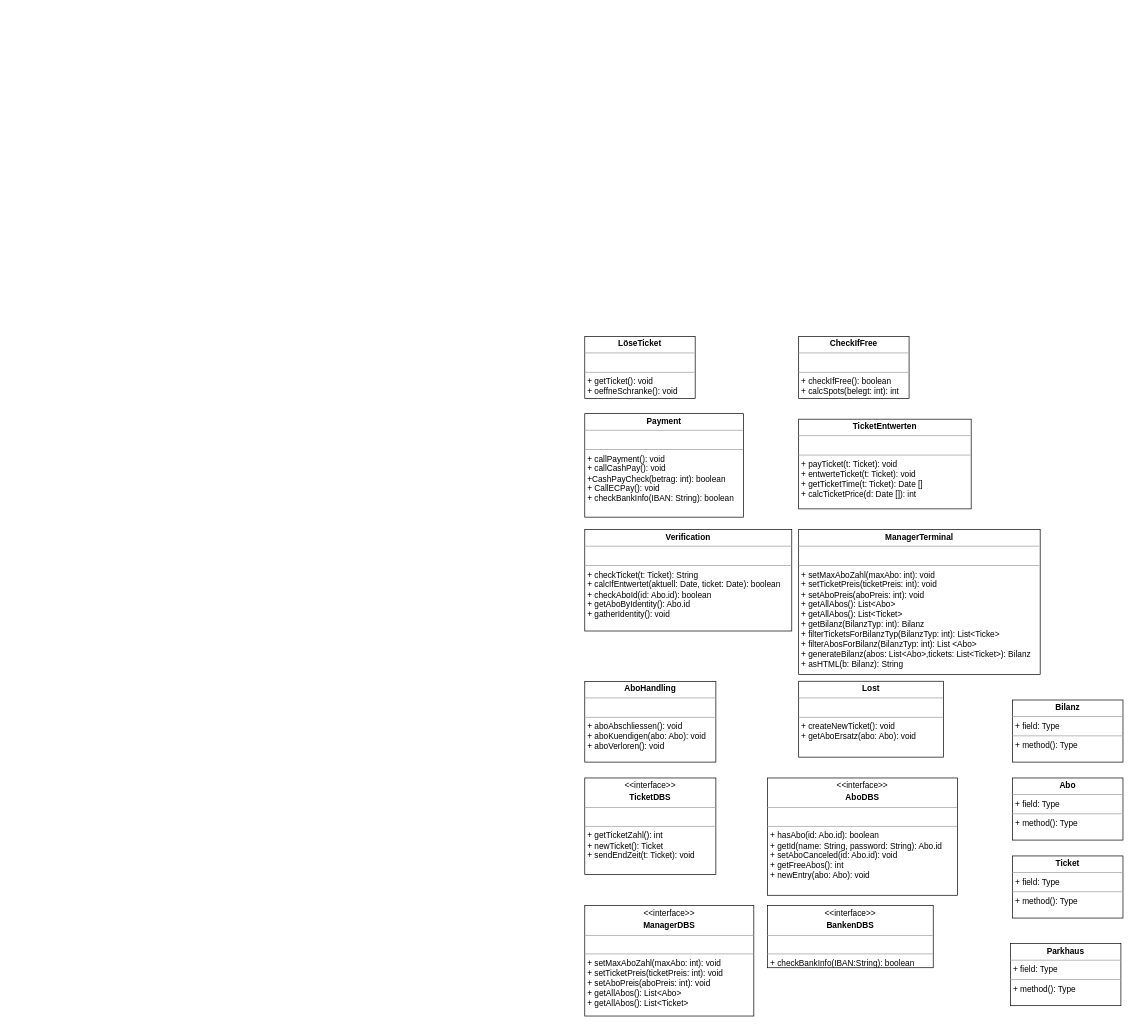
Before: modelling/Class_Diagramm/KlassenDiagramm.drawio in Filsball/LaHMa_Carpark, a draw.io diagram. Source tidied: cells renumbered, new cells numbered last; positions are measured from the earlier drawing's top-left corner, leaving out a move shared by most shapes. Both pictures are drawn from the tidied source at 69%, with x=0, y=0 at pixel (584, 336).
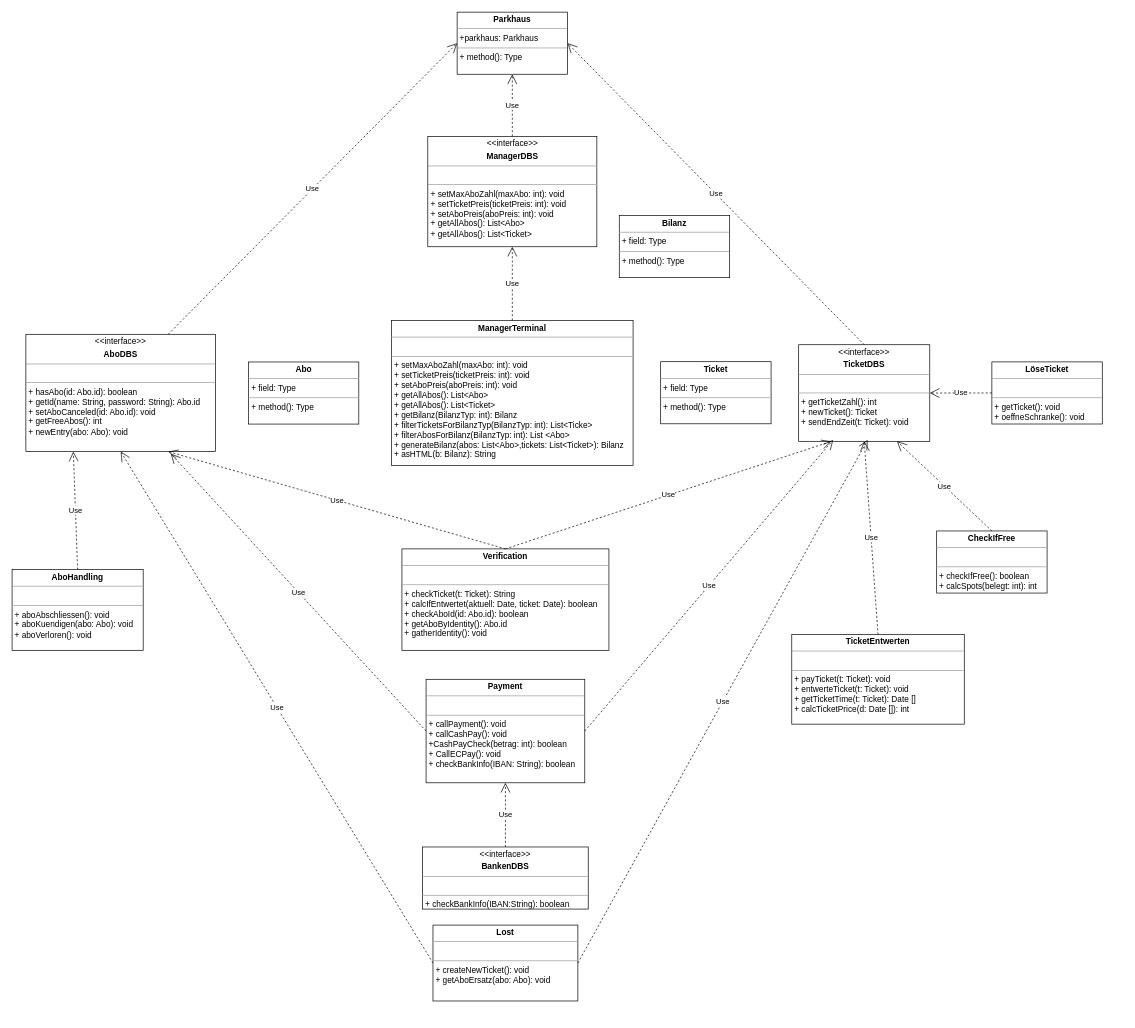
Above is the later version.

The edit, as a diff of the source:
```diff
@@
     <mxCell id="2" value="&lt;p style=&quot;margin: 0px ; margin-top: 4px ; text-align: center&quot;&gt;&lt;b&gt;LöseTicket&lt;/b&gt;&lt;/p&gt;&lt;hr size=&quot;1&quot;&gt;&lt;p style=&quot;margin: 0px ; margin-left: 4px&quot;&gt;&lt;br&gt;&lt;/p&gt;&lt;hr size=&quot;1&quot;&gt;&lt;p style=&quot;margin: 0px ; margin-left: 4px&quot;&gt;+ getTicket(): void&lt;/p&gt;&lt;p style=&quot;margin: 0px ; margin-left: 4px&quot;&gt;+ oeffneSchranke(): void&lt;/p&gt;" style="verticalAlign=top;align=left;overflow=fill;fontSize=12;fontFamily=Helvetica;html=1;" parent="1" vertex="1">
-      <mxGeometry width="160" height="90" as="geometry" />
+      <mxGeometry x="590" y="37" width="160" height="90" as="geometry" />
     </mxCell>
     <mxCell id="3" value="&lt;p style=&quot;margin: 0px ; margin-top: 4px ; text-align: center&quot;&gt;&lt;b&gt;CheckIfFree&lt;/b&gt;&lt;/p&gt;&lt;hr size=&quot;1&quot;&gt;&lt;p style=&quot;margin: 0px ; margin-left: 4px&quot;&gt;&lt;br&gt;&lt;/p&gt;&lt;hr size=&quot;1&quot;&gt;&lt;p style=&quot;margin: 0px ; margin-left: 4px&quot;&gt;+ checkIfFree(): boolean&amp;nbsp;&lt;/p&gt;&lt;p style=&quot;margin: 0px ; margin-left: 4px&quot;&gt;+ calcSpots(belegt: int): int&amp;nbsp;&lt;/p&gt;&lt;p style=&quot;margin: 0px ; margin-left: 4px&quot;&gt;&lt;br&gt;&lt;/p&gt;" style="verticalAlign=top;align=left;overflow=fill;fontSize=12;fontFamily=Helvetica;html=1;" parent="1" vertex="1">
-      <mxGeometry x="310" width="160" height="90" as="geometry" />
+      <mxGeometry x="510" y="282" width="160" height="90" as="geometry" />
     </mxCell>
     <mxCell id="4" value="&lt;p style=&quot;margin: 0px ; margin-top: 4px ; text-align: center&quot;&gt;&lt;b&gt;Payment&lt;/b&gt;&lt;/p&gt;&lt;hr size=&quot;1&quot;&gt;&lt;p style=&quot;margin: 0px ; margin-left: 4px&quot;&gt;&lt;br&gt;&lt;/p&gt;&lt;hr size=&quot;1&quot;&gt;&lt;p style=&quot;margin: 0px ; margin-left: 4px&quot;&gt;+ callPayment(): void&lt;/p&gt;&lt;p style=&quot;margin: 0px ; margin-left: 4px&quot;&gt;+ callCashPay(): void&lt;/p&gt;&lt;p style=&quot;margin: 0px ; margin-left: 4px&quot;&gt;+CashPayCheck(betrag: int): boolean&amp;nbsp;&lt;/p&gt;&lt;p style=&quot;margin: 0px ; margin-left: 4px&quot;&gt;+ CallECPay(): void&lt;/p&gt;&lt;p style=&quot;margin: 0px ; margin-left: 4px&quot;&gt;+ checkBankInfo(IBAN: String): boolean&amp;nbsp;&lt;/p&gt;&lt;p style=&quot;margin: 0px ; margin-left: 4px&quot;&gt;&lt;br&gt;&lt;/p&gt;" style="verticalAlign=top;align=left;overflow=fill;fontSize=12;fontFamily=Helvetica;html=1;" parent="1" vertex="1">
-      <mxGeometry y="112" width="230" height="150" as="geometry" />
+      <mxGeometry x="-230" y="497" width="230" height="150" as="geometry" />
     </mxCell>
     <mxCell id="5" value="&lt;p style=&quot;margin: 0px ; margin-top: 4px ; text-align: center&quot;&gt;&lt;b&gt;Verification&lt;/b&gt;&lt;/p&gt;&lt;hr size=&quot;1&quot;&gt;&lt;p style=&quot;margin: 0px ; margin-left: 4px&quot;&gt;&lt;br&gt;&lt;/p&gt;&lt;hr size=&quot;1&quot;&gt;&lt;p style=&quot;margin: 0px ; margin-left: 4px&quot;&gt;+ checkTicket(t: Ticket): String&amp;nbsp;&lt;/p&gt;&lt;p style=&quot;margin: 0px ; margin-left: 4px&quot;&gt;+ calcIfEntwertet(aktuell: Date, ticket: Date): boolean&lt;/p&gt;&lt;p style=&quot;margin: 0px ; margin-left: 4px&quot;&gt;+ checkAboId(id: Abo.id): boolean&lt;/p&gt;&lt;p style=&quot;margin: 0px ; margin-left: 4px&quot;&gt;+ getAboByIdentity(): Abo.id&amp;nbsp;&lt;/p&gt;&lt;p style=&quot;margin: 0px ; margin-left: 4px&quot;&gt;+ gatherIdentity(): void&lt;/p&gt;" style="verticalAlign=top;align=left;overflow=fill;fontSize=12;fontFamily=Helvetica;html=1;" parent="1" vertex="1">
-      <mxGeometry y="280" width="300" height="147" as="geometry" />
+      <mxGeometry x="-265" y="308" width="300" height="147" as="geometry" />
     </mxCell>
     <mxCell id="6" value="&lt;p style=&quot;margin: 0px ; margin-top: 4px ; text-align: center&quot;&gt;&lt;b&gt;AboHandling&lt;/b&gt;&lt;/p&gt;&lt;hr size=&quot;1&quot;&gt;&lt;p style=&quot;margin: 0px ; margin-left: 4px&quot;&gt;&lt;br&gt;&lt;/p&gt;&lt;hr size=&quot;1&quot;&gt;&lt;p style=&quot;margin: 0px ; margin-left: 4px&quot;&gt;+ aboAbschliessen(): void&lt;/p&gt;&lt;p style=&quot;margin: 0px ; margin-left: 4px&quot;&gt;+ aboKuendigen(abo: Abo): void&lt;/p&gt;&lt;p style=&quot;margin: 0px ; margin-left: 4px&quot;&gt;+ aboVerloren(): void&lt;/p&gt;&lt;p style=&quot;margin: 0px ; margin-left: 4px&quot;&gt;&lt;br&gt;&lt;/p&gt;" style="verticalAlign=top;align=left;overflow=fill;fontSize=12;fontFamily=Helvetica;html=1;" parent="1" vertex="1">
-      <mxGeometry y="500" width="190" height="117" as="geometry" />
+      <mxGeometry x="-830" y="338" width="190" height="117" as="geometry" />
     </mxCell>
     <mxCell id="7" value="&lt;p style=&quot;margin: 0px ; margin-top: 4px ; text-align: center&quot;&gt;&lt;b&gt;TicketEntwerten&lt;/b&gt;&lt;/p&gt;&lt;hr size=&quot;1&quot;&gt;&lt;p style=&quot;margin: 0px ; margin-left: 4px&quot;&gt;&lt;br&gt;&lt;/p&gt;&lt;hr size=&quot;1&quot;&gt;&lt;p style=&quot;margin: 0px ; margin-left: 4px&quot;&gt;+ payTicket(t: Ticket): void&lt;/p&gt;&lt;p style=&quot;margin: 0px ; margin-left: 4px&quot;&gt;+ entwerteTicket(t: Ticket): void&lt;/p&gt;&lt;p style=&quot;margin: 0px ; margin-left: 4px&quot;&gt;+ getTicketTime(t: Ticket): Date []&lt;/p&gt;&lt;p style=&quot;margin: 0px ; margin-left: 4px&quot;&gt;+ calcTicketPrice(d: Date []): int&lt;/p&gt;" style="verticalAlign=top;align=left;overflow=fill;fontSize=12;fontFamily=Helvetica;html=1;" parent="1" vertex="1">
-      <mxGeometry x="310" y="120" width="250" height="130" as="geometry" />
+      <mxGeometry x="300" y="432" width="250" height="130" as="geometry" />
     </mxCell>
     <mxCell id="8" value="&lt;p style=&quot;margin: 0px ; margin-top: 4px ; text-align: center&quot;&gt;&lt;b&gt;ManagerTerminal&lt;/b&gt;&lt;/p&gt;&lt;hr size=&quot;1&quot;&gt;&lt;p style=&quot;margin: 0px ; margin-left: 4px&quot;&gt;&lt;br&gt;&lt;/p&gt;&lt;hr size=&quot;1&quot;&gt;&lt;p style=&quot;margin: 0px ; margin-left: 4px&quot;&gt;+ setMaxAboZahl(maxAbo: int): void&lt;/p&gt;&lt;p style=&quot;margin: 0px ; margin-left: 4px&quot;&gt;+ setTicketPreis(ticketPreis: int): void&lt;/p&gt;&lt;p style=&quot;margin: 0px ; margin-left: 4px&quot;&gt;&lt;span&gt;+ setAboPreis(aboPreis: int): void&lt;/span&gt;&lt;/p&gt;&lt;p style=&quot;margin: 0px ; margin-left: 4px&quot;&gt;&lt;span&gt;+ getAllAbos(): List&amp;lt;Abo&amp;gt;&lt;/span&gt;&lt;/p&gt;&lt;p style=&quot;margin: 0px ; margin-left: 4px&quot;&gt;&lt;span&gt;+ getAllAbos(): List&amp;lt;Ticket&amp;gt;&lt;/span&gt;&lt;/p&gt;&lt;p style=&quot;margin: 0px ; margin-left: 4px&quot;&gt;&lt;span&gt;+ getBilanz(BilanzTyp: int): Bilanz&lt;/span&gt;&lt;/p&gt;&lt;p style=&quot;margin: 0px ; margin-left: 4px&quot;&gt;&lt;span&gt;+ filterTicketsForBilanzTyp(BilanzTyp: int): List&amp;lt;Ticke&amp;gt;&lt;/span&gt;&lt;/p&gt;&lt;p style=&quot;margin: 0px ; margin-left: 4px&quot;&gt;&lt;span&gt;+ filterAbosForBilanz(BilanzTyp: int): List &amp;lt;Abo&amp;gt;&lt;/span&gt;&lt;/p&gt;&lt;p style=&quot;margin: 0px ; margin-left: 4px&quot;&gt;&lt;span&gt;+ generateBilanz(abos: List&amp;lt;Abo&amp;gt;,tickets: List&amp;lt;Ticket&amp;gt;): Bilanz&lt;/span&gt;&lt;/p&gt;&lt;p style=&quot;margin: 0px ; margin-left: 4px&quot;&gt;&lt;span&gt;+ asHTML(b: Bilanz): String&lt;/span&gt;&lt;/p&gt;&lt;p&gt;&lt;br&gt;&lt;/p&gt;" style="verticalAlign=top;align=left;overflow=fill;fontSize=12;fontFamily=Helvetica;html=1;" parent="1" vertex="1">
-      <mxGeometry x="310" y="280" width="350" height="210" as="geometry" />
+      <mxGeometry x="-280" y="-23.1" width="350" height="210" as="geometry" />
     </mxCell>
     <mxCell id="9" value="&lt;p style=&quot;margin: 0px ; margin-top: 4px ; text-align: center&quot;&gt;&lt;b&gt;Lost&lt;/b&gt;&lt;/p&gt;&lt;hr size=&quot;1&quot;&gt;&lt;p style=&quot;margin: 0px ; margin-left: 4px&quot;&gt;&lt;br&gt;&lt;/p&gt;&lt;hr size=&quot;1&quot;&gt;&lt;p style=&quot;margin: 0px ; margin-left: 4px&quot;&gt;+ createNewTicket(): void&lt;/p&gt;&lt;p style=&quot;margin: 0px ; margin-left: 4px&quot;&gt;+ getAboErsatz(abo: Abo): void&lt;/p&gt;" style="verticalAlign=top;align=left;overflow=fill;fontSize=12;fontFamily=Helvetica;html=1;" parent="1" vertex="1">
-      <mxGeometry x="310" y="499.8" width="210" height="110" as="geometry" />
+      <mxGeometry x="-220" y="853.2" width="210" height="110" as="geometry" />
     </mxCell>
     <mxCell id="10" value="&lt;p style=&quot;margin: 0px ; margin-top: 4px ; text-align: center&quot;&gt;&amp;lt;&amp;lt;interface&amp;gt;&amp;gt;&lt;/p&gt;&lt;p style=&quot;margin: 0px ; margin-top: 4px ; text-align: center&quot;&gt;&lt;b&gt;TicketDBS&lt;/b&gt;&lt;/p&gt;&lt;hr size=&quot;1&quot;&gt;&lt;p style=&quot;margin: 0px ; margin-left: 4px&quot;&gt;&lt;br&gt;&lt;/p&gt;&lt;hr size=&quot;1&quot;&gt;&lt;p style=&quot;margin: 0px ; margin-left: 4px&quot;&gt;+ getTicketZahl(): int&lt;/p&gt;&lt;p style=&quot;margin: 0px ; margin-left: 4px&quot;&gt;+ newTicket(): Ticket&lt;/p&gt;&lt;p style=&quot;margin: 0px ; margin-left: 4px&quot;&gt;+ sendEndZeit(t: Ticket): void&lt;/p&gt;&lt;p style=&quot;margin: 0px ; margin-left: 4px&quot;&gt;&lt;br&gt;&lt;/p&gt;" style="verticalAlign=top;align=left;overflow=fill;fontSize=12;fontFamily=Helvetica;html=1;" parent="1" vertex="1">
-      <mxGeometry y="640" width="190" height="140" as="geometry" />
+      <mxGeometry x="310" y="12.1" width="190" height="140" as="geometry" />
     </mxCell>
     <mxCell id="11" value="&lt;p style=&quot;margin: 0px ; margin-top: 4px ; text-align: center&quot;&gt;&amp;lt;&amp;lt;interface&amp;gt;&amp;gt;&lt;/p&gt;&lt;p style=&quot;margin: 0px ; margin-top: 4px ; text-align: center&quot;&gt;&lt;b&gt;AboDBS&lt;/b&gt;&lt;/p&gt;&lt;hr size=&quot;1&quot;&gt;&lt;p style=&quot;margin: 0px ; margin-left: 4px&quot;&gt;&lt;br&gt;&lt;/p&gt;&lt;hr size=&quot;1&quot;&gt;&lt;p style=&quot;margin: 0px ; margin-left: 4px&quot;&gt;+ hasAbo(id: Abo.id): boolean&lt;/p&gt;&lt;p style=&quot;margin: 0px ; margin-left: 4px&quot;&gt;+ getId(name: String, password: String): Abo.id&lt;/p&gt;&lt;p style=&quot;margin: 0px ; margin-left: 4px&quot;&gt;+ setAboCanceled(id: Abo.id): void&lt;/p&gt;&lt;p style=&quot;margin: 0px ; margin-left: 4px&quot;&gt;+ getFreeAbos(): int&lt;/p&gt;&lt;p style=&quot;margin: 0px ; margin-left: 4px&quot;&gt;+ newEntry(abo: Abo): void&lt;/p&gt;" style="verticalAlign=top;align=left;overflow=fill;fontSize=12;fontFamily=Helvetica;html=1;" parent="1" vertex="1">
-      <mxGeometry x="265" y="640" width="275" height="170" as="geometry" />
+      <mxGeometry x="-810" y="-3" width="275" height="170" as="geometry" />
     </mxCell>
     <mxCell id="12" value="&lt;p style=&quot;margin: 0px ; margin-top: 4px ; text-align: center&quot;&gt;&amp;lt;&amp;lt;interface&amp;gt;&amp;gt;&lt;/p&gt;&lt;p style=&quot;margin: 0px ; margin-top: 4px ; text-align: center&quot;&gt;&lt;b&gt;ManagerDBS&lt;/b&gt;&lt;/p&gt;&lt;hr size=&quot;1&quot;&gt;&lt;p style=&quot;margin: 0px ; margin-left: 4px&quot;&gt;&lt;br&gt;&lt;/p&gt;&lt;hr size=&quot;1&quot;&gt;&lt;p style=&quot;margin: 0px ; margin-left: 4px&quot;&gt;+ setMaxAboZahl(maxAbo: int): void&lt;/p&gt;&lt;p style=&quot;margin: 0px ; margin-left: 4px&quot;&gt;+ setTicketPreis(ticketPreis: int): void&lt;/p&gt;&lt;p style=&quot;margin: 0px ; margin-left: 4px&quot;&gt;+ setAboPreis(aboPreis: int): void&lt;/p&gt;&lt;p style=&quot;margin: 0px ; margin-left: 4px&quot;&gt;+ getAllAbos(): List&amp;lt;Abo&amp;gt;&lt;/p&gt;&lt;p style=&quot;margin: 0px ; margin-left: 4px&quot;&gt;+ getAllAbos(): List&amp;lt;Ticket&amp;gt;&lt;/p&gt;&lt;p style=&quot;margin: 0px ; margin-left: 4px&quot;&gt;&lt;br&gt;&lt;/p&gt;" style="verticalAlign=top;align=left;overflow=fill;fontSize=12;fontFamily=Helvetica;html=1;" parent="1" vertex="1">
-      <mxGeometry y="825" width="245" height="160" as="geometry" />
+      <mxGeometry x="-227.5" y="-289.9" width="245" height="160" as="geometry" />
     </mxCell>
     <mxCell id="13" value="&lt;p style=&quot;margin: 0px ; margin-top: 4px ; text-align: center&quot;&gt;&amp;lt;&amp;lt;interface&amp;gt;&amp;gt;&lt;/p&gt;&lt;p style=&quot;margin: 0px ; margin-top: 4px ; text-align: center&quot;&gt;&lt;b&gt;BankenDBS&lt;/b&gt;&lt;/p&gt;&lt;hr size=&quot;1&quot;&gt;&lt;p style=&quot;margin: 0px ; margin-left: 4px&quot;&gt;&lt;br&gt;&lt;/p&gt;&lt;hr size=&quot;1&quot;&gt;&lt;p style=&quot;margin: 0px ; margin-left: 4px&quot;&gt;+ checkBankInfo(IBAN:String): boolean&lt;/p&gt;" style="verticalAlign=top;align=left;overflow=fill;fontSize=12;fontFamily=Helvetica;html=1;" parent="1" vertex="1">
-      <mxGeometry x="265" y="825" width="240" height="90" as="geometry" />
+      <mxGeometry x="-235" y="740" width="240" height="90" as="geometry" />
     </mxCell>
     <mxCell id="14" value="&lt;p style=&quot;margin: 0px ; margin-top: 4px ; text-align: center&quot;&gt;&lt;b&gt;Bilanz&lt;/b&gt;&lt;/p&gt;&lt;hr size=&quot;1&quot;&gt;&lt;p style=&quot;margin: 0px ; margin-left: 4px&quot;&gt;+ field: Type&lt;/p&gt;&lt;hr size=&quot;1&quot;&gt;&lt;p style=&quot;margin: 0px ; margin-left: 4px&quot;&gt;+ method(): Type&lt;/p&gt;" style="verticalAlign=top;align=left;overflow=fill;fontSize=12;fontFamily=Helvetica;html=1;" parent="1" vertex="1">
-      <mxGeometry x="620" y="527" width="160" height="90" as="geometry" />
+      <mxGeometry x="50" y="-175.1" width="160" height="90" as="geometry" />
     </mxCell>
     <mxCell id="15" value="&lt;p style=&quot;margin: 0px ; margin-top: 4px ; text-align: center&quot;&gt;&lt;b&gt;Abo&lt;/b&gt;&lt;/p&gt;&lt;hr size=&quot;1&quot;&gt;&lt;p style=&quot;margin: 0px ; margin-left: 4px&quot;&gt;+ field: Type&lt;/p&gt;&lt;hr size=&quot;1&quot;&gt;&lt;p style=&quot;margin: 0px ; margin-left: 4px&quot;&gt;+ method(): Type&lt;/p&gt;" style="verticalAlign=top;align=left;overflow=fill;fontSize=12;fontFamily=Helvetica;html=1;" parent="1" vertex="1">
-      <mxGeometry x="620" y="640" width="160" height="90" as="geometry" />
+      <mxGeometry x="-487.5" y="37.1" width="160" height="90" as="geometry" />
     </mxCell>
     <mxCell id="16" value="&lt;p style=&quot;margin: 0px ; margin-top: 4px ; text-align: center&quot;&gt;&lt;b&gt;Ticket&lt;/b&gt;&lt;/p&gt;&lt;hr size=&quot;1&quot;&gt;&lt;p style=&quot;margin: 0px ; margin-left: 4px&quot;&gt;+ field: Type&lt;/p&gt;&lt;hr size=&quot;1&quot;&gt;&lt;p style=&quot;margin: 0px ; margin-left: 4px&quot;&gt;+ method(): Type&lt;/p&gt;" style="verticalAlign=top;align=left;overflow=fill;fontSize=12;fontFamily=Helvetica;html=1;" parent="1" vertex="1">
-      <mxGeometry x="620" y="753" width="160" height="90" as="geometry" />
+      <mxGeometry x="110" y="36.7" width="160" height="90" as="geometry" />
     </mxCell>
-    <mxCell id="17" value="&lt;p style=&quot;margin: 0px ; margin-top: 4px ; text-align: center&quot;&gt;&lt;b&gt;Parkhaus&lt;/b&gt;&lt;/p&gt;&lt;hr size=&quot;1&quot;&gt;&lt;p style=&quot;margin: 0px ; margin-left: 4px&quot;&gt;+ field: Type&lt;/p&gt;&lt;hr size=&quot;1&quot;&gt;&lt;p style=&quot;margin: 0px ; margin-left: 4px&quot;&gt;+ method(): Type&lt;/p&gt;" style="verticalAlign=top;align=left;overflow=fill;fontSize=12;fontFamily=Helvetica;html=1;" parent="1" vertex="1">
-      <mxGeometry x="617" y="880" width="160" height="90" as="geometry" />
+    <mxCell id="17" value="&lt;p style=&quot;margin: 0px ; margin-top: 4px ; text-align: center&quot;&gt;&lt;b&gt;Parkhaus&lt;/b&gt;&lt;/p&gt;&lt;hr size=&quot;1&quot;&gt;&lt;p style=&quot;margin: 0px ; margin-left: 4px&quot;&gt;+parkhaus: Parkhaus&lt;/p&gt;&lt;hr size=&quot;1&quot;&gt;&lt;p style=&quot;margin: 0px ; margin-left: 4px&quot;&gt;+ method(): Type&lt;/p&gt;" style="verticalAlign=top;align=left;overflow=fill;fontSize=12;fontFamily=Helvetica;html=1;" parent="1" vertex="1">
+      <mxGeometry x="-185" y="-469.9" width="160" height="90" as="geometry" />
     </mxCell>
+    <mxCell id="18" value="Use" style="endArrow=open;endSize=12;dashed=1;html=1;exitX=0.5;exitY=0;exitDx=0;exitDy=0;entryX=0.25;entryY=1;entryDx=0;entryDy=0;" parent="1" edge="1" source="6" target="11">
+      <mxGeometry relative="1" as="geometry" />
+    </mxCell>
+    <mxCell id="19" value="Use" style="endArrow=open;endSize=12;dashed=1;html=1;entryX=0.75;entryY=1;entryDx=0;entryDy=0;exitX=0.5;exitY=0;exitDx=0;exitDy=0;" parent="1" edge="1" source="5" target="11">
+      <mxGeometry relative="1" as="geometry" />
+    </mxCell>
+    <mxCell id="20" value="Use" style="endArrow=open;endSize=12;dashed=1;html=1;exitX=0.5;exitY=0;exitDx=0;exitDy=0;entryX=0.5;entryY=1;entryDx=0;entryDy=0;" parent="1" edge="1" source="7" target="10">
+      <mxGeometry relative="1" as="geometry" />
+    </mxCell>
+    <mxCell id="21" value="Use" style="endArrow=open;endSize=12;dashed=1;html=1;exitX=0.5;exitY=0;exitDx=0;exitDy=0;entryX=0.25;entryY=1;entryDx=0;entryDy=0;" parent="1" edge="1" source="5" target="10">
+      <mxGeometry relative="1" as="geometry" />
+    </mxCell>
+    <mxCell id="22" value="Use" style="endArrow=open;endSize=12;dashed=1;html=1;entryX=1;entryY=0.5;entryDx=0;entryDy=0;exitX=0;exitY=0.5;exitDx=0;exitDy=0;" parent="1" edge="1" source="2" target="10">
+      <mxGeometry relative="1" as="geometry" />
+    </mxCell>
+    <mxCell id="23" value="Use" style="endArrow=open;endSize=12;dashed=1;html=1;exitX=0.5;exitY=0;exitDx=0;exitDy=0;entryX=0.75;entryY=1;entryDx=0;entryDy=0;" parent="1" edge="1" source="3" target="10">
+      <mxGeometry relative="1" as="geometry" />
+    </mxCell>
+    <mxCell id="24" value="Use" style="endArrow=open;endSize=12;dashed=1;html=1;exitX=0.5;exitY=0;exitDx=0;exitDy=0;entryX=0.5;entryY=1;entryDx=0;entryDy=0;" parent="1" edge="1" source="8" target="12">
+      <mxGeometry relative="1" as="geometry" />
+    </mxCell>
+    <mxCell id="25" value="Use" style="endArrow=open;endSize=12;dashed=1;html=1;exitX=1;exitY=0.5;exitDx=0;exitDy=0;" parent="1" edge="1" source="4">
+      <mxGeometry relative="1" as="geometry">
+        <mxPoint x="360" y="150" as="targetPoint" />
+      </mxGeometry>
+    </mxCell>
+    <mxCell id="26" value="Use" style="endArrow=open;endSize=12;dashed=1;html=1;exitX=0;exitY=0.5;exitDx=0;exitDy=0;" parent="1" edge="1" source="4">
+      <mxGeometry relative="1" as="geometry">
+        <mxPoint x="-600" y="170" as="targetPoint" />
+      </mxGeometry>
+    </mxCell>
+    <mxCell id="27" value="Use" style="endArrow=open;endSize=12;dashed=1;html=1;exitX=1;exitY=0.5;exitDx=0;exitDy=0;" parent="1" edge="1" source="9">
+      <mxGeometry relative="1" as="geometry">
+        <mxPoint x="410" y="150" as="targetPoint" />
+      </mxGeometry>
+    </mxCell>
+    <mxCell id="28" value="Use" style="endArrow=open;endSize=12;dashed=1;html=1;entryX=0.5;entryY=1;entryDx=0;entryDy=0;exitX=0;exitY=0.5;exitDx=0;exitDy=0;" parent="1" edge="1" source="9" target="11">
+      <mxGeometry relative="1" as="geometry" />
+    </mxCell>
+    <mxCell id="29" value="Use" style="endArrow=open;endSize=12;dashed=1;html=1;entryX=0.5;entryY=1;entryDx=0;entryDy=0;exitX=0.5;exitY=0;exitDx=0;exitDy=0;" parent="1" edge="1" source="13" target="4">
+      <mxGeometry relative="1" as="geometry" />
+    </mxCell>
+    <mxCell id="30" value="Use" style="endArrow=open;endSize=12;dashed=1;html=1;entryX=0;entryY=0.5;entryDx=0;entryDy=0;exitX=0.75;exitY=0;exitDx=0;exitDy=0;" parent="1" edge="1" source="11" target="17">
+      <mxGeometry relative="1" as="geometry" />
+    </mxCell>
+    <mxCell id="31" value="Use" style="endArrow=open;endSize=12;dashed=1;html=1;entryX=1;entryY=0.5;entryDx=0;entryDy=0;exitX=0.5;exitY=0;exitDx=0;exitDy=0;" parent="1" edge="1" source="10" target="17">
+      <mxGeometry relative="1" as="geometry" />
+    </mxCell>
+    <mxCell id="32" value="Use" style="endArrow=open;endSize=12;dashed=1;html=1;entryX=0.5;entryY=1;entryDx=0;entryDy=0;exitX=0.5;exitY=0;exitDx=0;exitDy=0;" parent="1" edge="1" source="12" target="17">
+      <mxGeometry relative="1" as="geometry" />
+    </mxCell>
```
